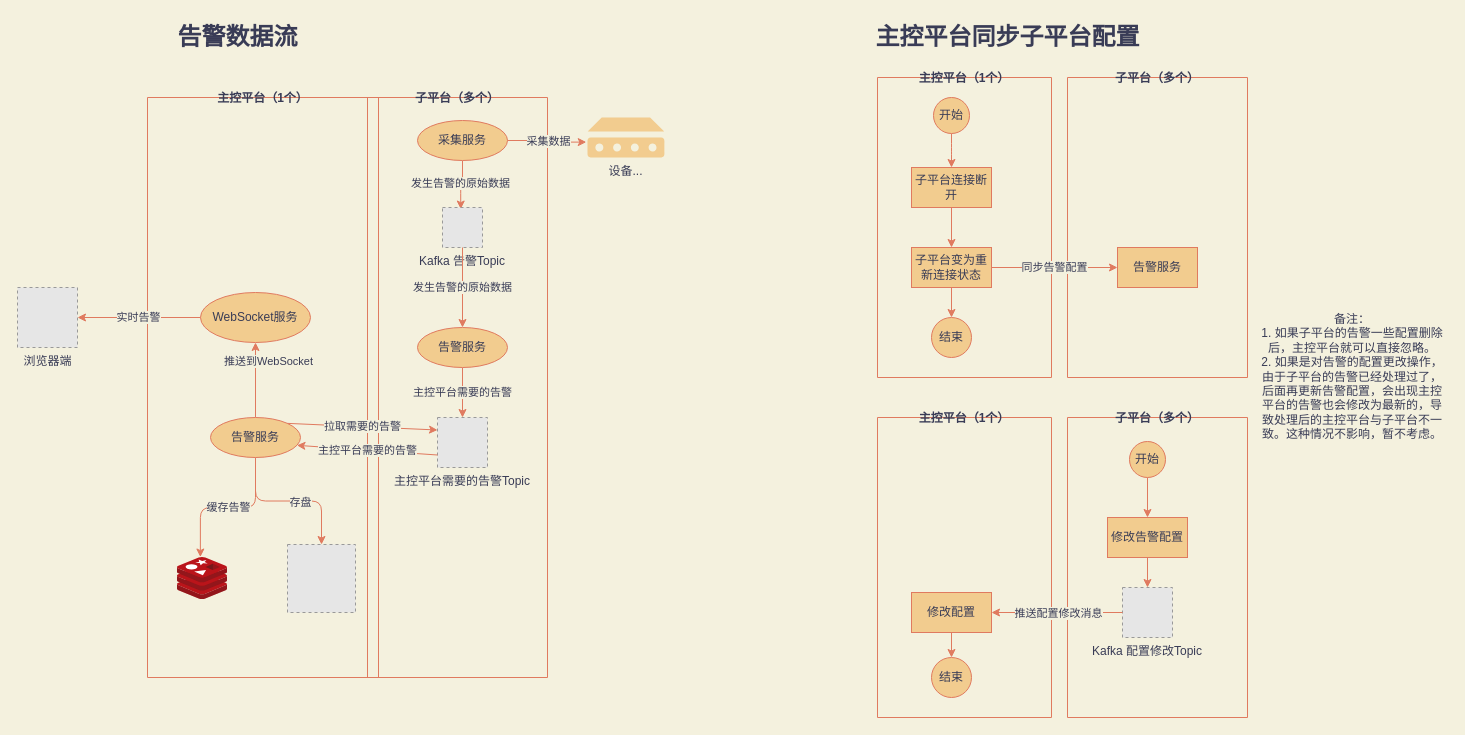
Above: page "告警" (2 of 3) of test.drawio in Jarris3154/drawios (draw.io), before the change. Source tidied: cells renumbered, new cells numbered last; positions are measured from the earlier drawing's top-left corner, leaving out a move shared by most shapes. Both pictures are drawn from the tidied source at 100%, with x=0, y=0 at pixel (17, 17). Pictures stored in the file or linked from it are replaced by grey dashed boxes.
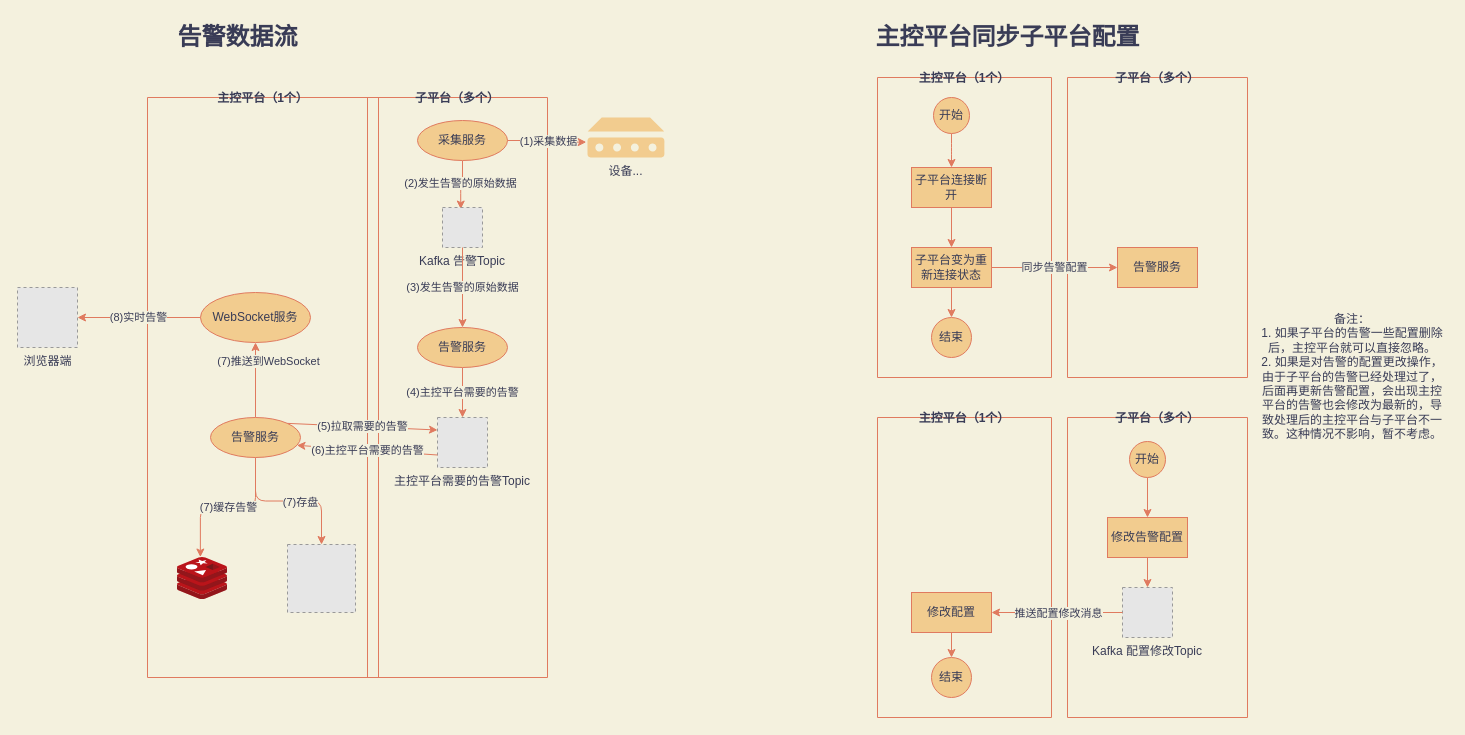
The same page after the edit.

Commit message:
告警数据增加序列

The change refers to these unchanged cells:
```xml
<mxCell id="2" value="子平台（多个）" style="swimlane;startSize=0;swimlaneLine=1;fillColor=#F2CC8F;strokeColor=#E07A5F;fontColor=#393C56;" parent="1" vertex="1">
  <mxGeometry x="350" y="80" width="180" height="580" as="geometry" />
</mxCell>
<mxCell id="4" value="采集服务" style="ellipse;whiteSpace=wrap;html=1;fillColor=#F2CC8F;strokeColor=#E07A5F;fontColor=#393C56;" parent="2" vertex="1">
  <mxGeometry x="50" y="23" width="90" height="40" as="geometry" />
</mxCell>
<mxCell id="5" value="Kafka 告警Topic" style="fillColor=#E6E6E6;strokeColor=#999999;dashed=1;verticalLabelPosition=bottom;verticalAlign=top;fontColor=#393C56;" parent="2" vertex="1">
  <mxGeometry x="75" y="110" width="40" height="40" as="geometry" />
</mxCell>
<mxCell id="7" value="告警服务" style="ellipse;whiteSpace=wrap;html=1;fillColor=#F2CC8F;strokeColor=#E07A5F;fontColor=#393C56;" parent="2" vertex="1">
  <mxGeometry x="50" y="230" width="90" height="40" as="geometry" />
</mxCell>
<mxCell id="9" value="主控平台需要的告警Topic" style="fillColor=#E6E6E6;strokeColor=#999999;dashed=1;verticalLabelPosition=bottom;verticalAlign=top;align=center;fontColor=#393C56;" parent="2" vertex="1">
  <mxGeometry x="70" y="320" width="50" height="50" as="geometry" />
</mxCell>
<mxCell id="12" style="edgeStyle=orthogonalEdgeStyle;jettySize=auto;html=1;entryX=-0.016;entryY=0.615;entryDx=0;entryDy=0;entryPerimeter=0;strokeColor=#E07A5F;fontColor=#393C56;labelBackgroundColor=#F4F1DE;" parent="1" edge="1" source="4" target="11">
  <mxGeometry relative="1" as="geometry" />
</mxCell>
<mxCell id="14" value="主控平台（1个）" style="swimlane;startSize=0;fillColor=#F2CC8F;strokeColor=#E07A5F;fontColor=#393C56;" parent="1" vertex="1">
  <mxGeometry x="130" y="80" width="231" height="580" as="geometry" />
</mxCell>
<mxCell id="15" style="edgeStyle=orthogonalEdgeStyle;jettySize=auto;html=1;strokeColor=#E07A5F;fontColor=#393C56;labelBackgroundColor=#F4F1DE;" parent="14" edge="1" source="19" target="22">
  <mxGeometry relative="1" as="geometry" />
</mxCell>
<mxCell id="19" value="告警服务" style="ellipse;whiteSpace=wrap;html=1;fillColor=#F2CC8F;strokeColor=#E07A5F;fontColor=#393C56;" parent="14" vertex="1">
  <mxGeometry x="63" y="320" width="90" height="40" as="geometry" />
</mxCell>
<mxCell id="20" value="WebSocket服务" style="ellipse;whiteSpace=wrap;html=1;fillColor=#F2CC8F;strokeColor=#E07A5F;fontColor=#393C56;" parent="14" vertex="1">
  <mxGeometry x="53" y="195" width="110" height="50" as="geometry" />
</mxCell>
<mxCell id="21" style="html=1;points=[];align=center;image;fontSize=12;image=img/lib/mscae/Cache_Redis_Product.svg;rounded=0;sketch=0;fontColor=#393C56;strokeColor=#E07A5F;fillColor=#F2CC8F;labelBackgroundColor=#F4F1DE;" parent="14" vertex="1">
  <mxGeometry x="30" y="460" width="50" height="42" as="geometry" />
</mxCell>
<mxCell id="24" value="浏览器端" style="fillColor=#E6E6E6;strokeColor=#999999;dashed=1;html=1;verticalAlign=top;verticalLabelPosition=bottom;fontColor=#393C56;labelBackgroundColor=#F4F1DE;" parent="1" vertex="1">
  <mxGeometry y="270" width="60" height="60" as="geometry" />
</mxCell>
```

Diff of the diagram source:
```diff
@@
-    <mxCell id="3" value="发生告警的原始数据" style="edgeStyle=orthogonalEdgeStyle;jettySize=auto;html=1;entryX=0.456;entryY=0.039;entryDx=0;entryDy=0;entryPerimeter=0;exitX=0.5;exitY=1;exitDx=0;exitDy=0;strokeColor=#E07A5F;fontColor=#393C56;labelBackgroundColor=#F4F1DE;" parent="2" edge="1" source="4" target="5">
+    <mxCell id="3" value="(2)发生告警的原始数据" style="edgeStyle=orthogonalEdgeStyle;jettySize=auto;html=1;entryX=0.456;entryY=0.039;entryDx=0;entryDy=0;entryPerimeter=0;exitX=0.5;exitY=1;exitDx=0;exitDy=0;strokeColor=#E07A5F;fontColor=#393C56;labelBackgroundColor=#F4F1DE;" parent="2" edge="1" source="4" target="5">
       <mxGeometry relative="1" as="geometry" />
     </mxCell>
@@
-    <mxCell id="6" value="主控平台需要的告警" style="edgeStyle=orthogonalEdgeStyle;jettySize=auto;html=1;entryX=0.5;entryY=0;entryDx=0;entryDy=0;strokeColor=#E07A5F;fontColor=#393C56;labelBackgroundColor=#F4F1DE;" parent="2" edge="1" source="7" target="9">
+    <mxCell id="6" value="(4)主控平台需要的告警" style="edgeStyle=orthogonalEdgeStyle;jettySize=auto;html=1;entryX=0.5;entryY=0;entryDx=0;entryDy=0;strokeColor=#E07A5F;fontColor=#393C56;labelBackgroundColor=#F4F1DE;" parent="2" edge="1" source="7" target="9">
       <mxGeometry relative="1" as="geometry" />
     </mxCell>
@@
-    <mxCell id="8" value="发生告警的原始数据" style="edgeStyle=orthogonalEdgeStyle;jettySize=auto;html=1;entryX=0.5;entryY=0;entryDx=0;entryDy=0;strokeColor=#E07A5F;fontColor=#393C56;labelBackgroundColor=#F4F1DE;" parent="2" edge="1" source="5" target="7">
+    <mxCell id="8" value="(3)发生告警的原始数据" style="edgeStyle=orthogonalEdgeStyle;jettySize=auto;html=1;entryX=0.5;entryY=0;entryDx=0;entryDy=0;strokeColor=#E07A5F;fontColor=#393C56;labelBackgroundColor=#F4F1DE;" parent="2" edge="1" source="5" target="7">
       <mxGeometry relative="1" as="geometry" />
     </mxCell>
@@
-    <mxCell id="13" value="采集数据" style="edgeLabel;html=1;align=center;verticalAlign=middle;fontColor=#393C56;labelBackgroundColor=#F4F1DE;" parent="12" vertex="1">
+    <mxCell id="13" value="(1)采集数据" style="edgeLabel;html=1;align=center;verticalAlign=middle;fontColor=#393C56;labelBackgroundColor=#F4F1DE;" parent="12" vertex="1">
       <mxGeometry x="-0.12" relative="1" as="geometry">
         <mxPoint x="5" as="offset" />
       </mxGeometry>
     </mxCell>
@@
-    <mxCell id="16" value="存盘" style="edgeLabel;html=1;align=center;verticalAlign=middle;fontColor=#393C56;labelBackgroundColor=#F4F1DE;" parent="15" vertex="1">
+    <mxCell id="16" value="(7)存盘" style="edgeLabel;html=1;align=center;verticalAlign=middle;fontColor=#393C56;labelBackgroundColor=#F4F1DE;" parent="15" vertex="1">
       <mxGeometry x="0.15" y="-1" relative="1" as="geometry" />
     </mxCell>
-    <mxCell id="17" value="推送到WebSocket" style="edgeStyle=orthogonalEdgeStyle;jettySize=auto;html=1;entryX=0.5;entryY=1;entryDx=0;entryDy=0;strokeColor=#E07A5F;fontColor=#393C56;labelBackgroundColor=#F4F1DE;" parent="14" edge="1" source="19" target="20">
+    <mxCell id="17" value="(7)推送到WebSocket" style="edgeStyle=orthogonalEdgeStyle;jettySize=auto;html=1;entryX=0.5;entryY=1;entryDx=0;entryDy=0;strokeColor=#E07A5F;fontColor=#393C56;labelBackgroundColor=#F4F1DE;" parent="14" edge="1" source="19" target="20">
       <mxGeometry x="0.48" y="-13" relative="1" as="geometry" />
     </mxCell>
-    <mxCell id="18" value="缓存告警" style="edgeStyle=orthogonalEdgeStyle;rounded=1;sketch=0;jettySize=auto;html=1;entryX=0.457;entryY=-0.011;entryDx=0;entryDy=0;entryPerimeter=0;fontColor=#393C56;strokeColor=#E07A5F;fillColor=#F2CC8F;labelBackgroundColor=#F4F1DE;" parent="14" edge="1" source="19" target="21">
+    <mxCell id="18" value="(7)缓存告警" style="edgeStyle=orthogonalEdgeStyle;rounded=1;sketch=0;jettySize=auto;html=1;entryX=0.457;entryY=-0.011;entryDx=0;entryDy=0;entryPerimeter=0;fontColor=#393C56;strokeColor=#E07A5F;fillColor=#F2CC8F;labelBackgroundColor=#F4F1DE;" parent="14" edge="1" source="19" target="21">
       <mxGeometry relative="1" as="geometry" />
     </mxCell>
@@
-    <mxCell id="23" value="主控平台需要的告警" style="jettySize=auto;html=1;entryX=0.96;entryY=0.695;entryDx=0;entryDy=0;strokeColor=#E07A5F;fontColor=#393C56;exitX=0;exitY=0.75;exitDx=0;exitDy=0;entryPerimeter=0;labelBackgroundColor=#F4F1DE;" parent="1" edge="1" source="9" target="19">
+    <mxCell id="23" value="(6)主控平台需要的告警" style="jettySize=auto;html=1;entryX=0.96;entryY=0.695;entryDx=0;entryDy=0;strokeColor=#E07A5F;fontColor=#393C56;exitX=0;exitY=0.75;exitDx=0;exitDy=0;entryPerimeter=0;labelBackgroundColor=#F4F1DE;" parent="1" edge="1" source="9" target="19">
       <mxGeometry relative="1" as="geometry" />
     </mxCell>
@@
-    <mxCell id="25" value="实时告警" style="edgeStyle=orthogonalEdgeStyle;jettySize=auto;html=1;entryX=1;entryY=0.5;entryDx=0;entryDy=0;strokeColor=#E07A5F;fontColor=#393C56;labelBackgroundColor=#F4F1DE;" parent="1" edge="1" source="20" target="24">
+    <mxCell id="25" value="(8)实时告警" style="edgeStyle=orthogonalEdgeStyle;jettySize=auto;html=1;entryX=1;entryY=0.5;entryDx=0;entryDy=0;strokeColor=#E07A5F;fontColor=#393C56;labelBackgroundColor=#F4F1DE;" parent="1" edge="1" source="20" target="24">
       <mxGeometry relative="1" as="geometry" />
     </mxCell>
@@
-    <mxCell id="51" value="拉取需要的告警" style="edgeStyle=none;rounded=0;jettySize=auto;html=1;entryX=0;entryY=0.25;entryDx=0;entryDy=0;strokeColor=#E07A5F;fontColor=#393C56;exitX=1;exitY=0;exitDx=0;exitDy=0;labelBackgroundColor=#F4F1DE;" parent="1" edge="1" source="19" target="9">
+    <mxCell id="51" value="(5)拉取需要的告警" style="edgeStyle=none;rounded=0;jettySize=auto;html=1;entryX=0;entryY=0.25;entryDx=0;entryDy=0;strokeColor=#E07A5F;fontColor=#393C56;exitX=1;exitY=0;exitDx=0;exitDy=0;labelBackgroundColor=#F4F1DE;" parent="1" edge="1" source="19" target="9">
       <mxGeometry relative="1" as="geometry" />
     </mxCell>
```
